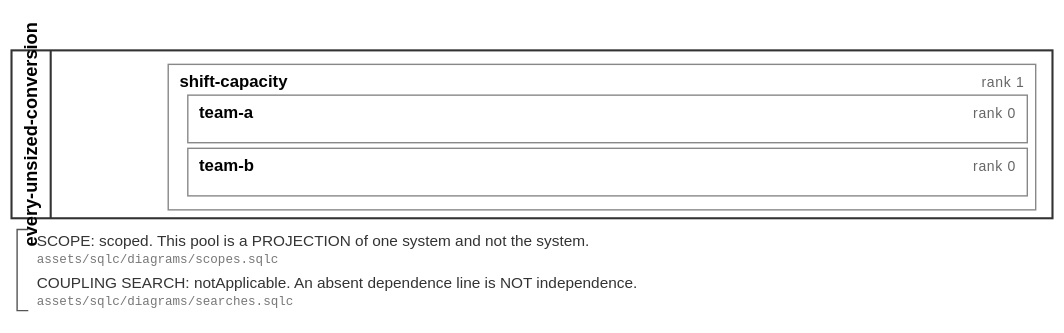
soulstompp/process-modulus keeps this BPMN diagram as assets/svg/filings/every-unsized-conversion.svg. Above is the earlier version. Its source is kept beside it as assets/bpmn/filings/every-unsized-conversion.bpmn. Ids are renumbered.
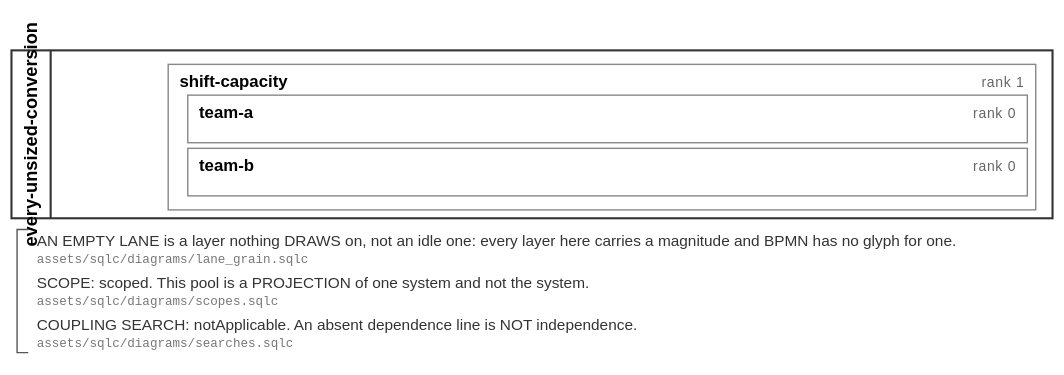
Later version of the same file.

What changed in the source:
```diff
@@ -29,6 +29,9 @@
         </childLaneSet>
       </lane>
     </laneSet>
+    <textAnnotation id="note_every-unsized-conversion_lane">
+      <text>AN EMPTY LANE is a layer nothing DRAWS on, not an idle one: every layer here carries a magnitude and BPMN has no glyph for one. [assets/sqlc/diagrams/lane_grain.sqlc]</text>
+    </textAnnotation>
     <textAnnotation id="note_every-unsized-conversion_scope">
       <text>SCOPE: scoped. This pool is a PROJECTION of one system and not the system. [assets/sqlc/diagrams/scopes.sqlc]</text>
     </textAnnotation>
@@ -50,11 +53,14 @@
       <bpmndi:BPMNShape id="shape_every-unsized-conversion_lane_every-unsized-conversion_team-b" bpmnElement="tns:lane_every-unsized-conversion_team-b">
         <dc:Bounds x="134" y="106" width="600" height="34"/>
       </bpmndi:BPMNShape>
-      <bpmndi:BPMNShape id="shape_every-unsized-conversion_note_every-unsized-conversion_scope" bpmnElement="tns:note_every-unsized-conversion_scope">
+      <bpmndi:BPMNShape id="shape_every-unsized-conversion_note_every-unsized-conversion_lane" bpmnElement="tns:note_every-unsized-conversion_lane">
         <dc:Bounds x="20" y="164" width="720" height="28"/>
       </bpmndi:BPMNShape>
+      <bpmndi:BPMNShape id="shape_every-unsized-conversion_note_every-unsized-conversion_scope" bpmnElement="tns:note_every-unsized-conversion_scope">
+        <dc:Bounds x="20" y="194" width="720" height="28"/>
+      </bpmndi:BPMNShape>
       <bpmndi:BPMNShape id="shape_every-unsized-conversion_note_every-unsized-conversion_search" bpmnElement="tns:note_every-unsized-conversion_search">
-        <dc:Bounds x="20" y="194" width="720" height="28"/>
+        <dc:Bounds x="20" y="224" width="720" height="28"/>
       </bpmndi:BPMNShape>
     </bpmndi:BPMNPlane>
   </bpmndi:BPMNDiagram>
```
